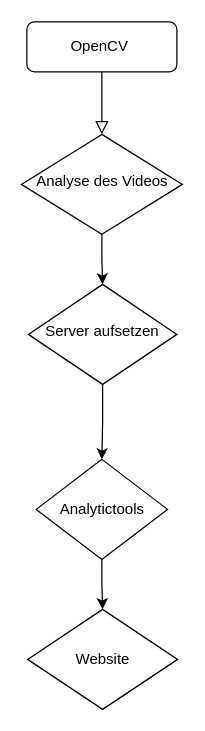
The draw.io diagram Untitled Diagram.drawio in Carcounter/Project_WeVa_JuEl_ScOl, before the edit. Source tidied: cells renumbered, new cells numbered last; positions are measured from the earlier drawing's top-left corner, leaving out a move shared by most shapes. Both pictures are drawn from the tidied source at 125%, with x=0, y=0 at pixel (21, 21).
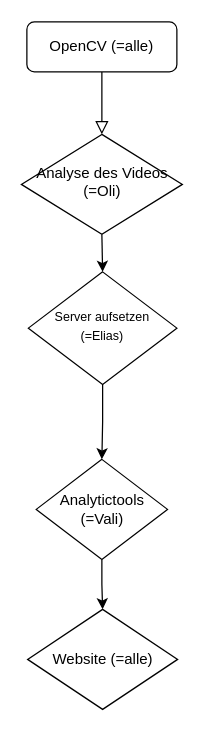
The same diagram, later.

The edit, as a diff of the source:
```diff
@@
 <mxGraphModel>
   <root>
     <mxCell id="0" />
     <mxCell id="1" parent="0" />
     <mxCell id="2" style="rounded=0;html=1;jettySize=auto;fontSize=11;endArrow=block;endFill=0;endSize=8;strokeWidth=1;shadow=0;labelBackgroundColor=none;edgeStyle=orthogonalEdgeStyle;" parent="1" edge="1" source="3" target="5">
       <mxGeometry relative="1" as="geometry" />
     </mxCell>
-    <mxCell id="3" value="OpenCV&amp;nbsp;" style="rounded=1;whiteSpace=wrap;html=1;fontSize=12;glass=0;strokeWidth=1;shadow=0;" parent="1" vertex="1">
+    <mxCell id="3" value="OpenCV (=alle)" style="rounded=1;whiteSpace=wrap;html=1;fontSize=12;glass=0;strokeWidth=1;shadow=0;" parent="1" vertex="1">
       <mxGeometry x="4" width="120" height="40" as="geometry" />
     </mxCell>
     <mxCell id="4" style="edgeStyle=orthogonalEdgeStyle;rounded=0;jettySize=auto;html=1;exitX=0.5;exitY=1;exitDx=0;exitDy=0;entryX=0.5;entryY=0;entryDx=0;entryDy=0;" parent="1" edge="1" source="5" target="7">
       <mxGeometry relative="1" as="geometry" />
     </mxCell>
-    <mxCell id="5" value="Analyse des Videos" style="rhombus;whiteSpace=wrap;html=1;shadow=0;fontFamily=Helvetica;fontSize=12;align=center;strokeWidth=1;spacing=6;spacingTop=-4;" parent="1" vertex="1">
+    <mxCell id="5" value="Analyse des Videos (=Oli)" style="rhombus;whiteSpace=wrap;html=1;shadow=0;fontFamily=Helvetica;fontSize=12;align=center;strokeWidth=1;spacing=6;spacingTop=-4;" parent="1" vertex="1">
       <mxGeometry x="-0.4" y="90" width="128.8" height="80" as="geometry" />
     </mxCell>
     <mxCell id="6" style="edgeStyle=orthogonalEdgeStyle;rounded=0;jettySize=auto;html=1;entryX=0.5;entryY=0;entryDx=0;entryDy=0;" parent="1" edge="1" source="7">
       <mxGeometry relative="1" as="geometry">
         <mxPoint x="64" y="350" as="targetPoint" />
       </mxGeometry>
     </mxCell>
-    <mxCell id="7" value="Server aufsetzen" style="rhombus;whiteSpace=wrap;html=1;shadow=0;fontFamily=Helvetica;fontSize=12;align=center;strokeWidth=1;spacing=6;spacingTop=-4;" parent="1" vertex="1">
-      <mxGeometry x="5.2" y="210" width="118.8" height="80" as="geometry" />
+    <mxCell id="7" value="&lt;font style=&quot;font-size: 10px&quot;&gt;Server aufsetzen (=Elias)&lt;/font&gt;" style="rhombus;whiteSpace=wrap;html=1;shadow=0;fontFamily=Helvetica;fontSize=12;align=center;strokeWidth=1;spacing=6;spacingTop=-4;" parent="1" vertex="1">
+      <mxGeometry x="5.2" y="200" width="118.8" height="90" as="geometry" />
     </mxCell>
     <mxCell id="8" style="edgeStyle=orthogonalEdgeStyle;rounded=0;jettySize=auto;html=1;exitX=0.5;exitY=1;exitDx=0;exitDy=0;entryX=0.5;entryY=0;entryDx=0;entryDy=0;" parent="1" edge="1" source="9" target="10">
       <mxGeometry relative="1" as="geometry" />
     </mxCell>
-    <mxCell id="9" value="Analytictools" style="rhombus;whiteSpace=wrap;html=1;" parent="1" vertex="1">
+    <mxCell id="9" value="Analytictools (=Vali)" style="rhombus;whiteSpace=wrap;html=1;" parent="1" vertex="1">
       <mxGeometry x="11.5" y="350" width="105" height="80" as="geometry" />
     </mxCell>
-    <mxCell id="10" value="Website" style="rhombus;whiteSpace=wrap;html=1;" parent="1" vertex="1">
+    <mxCell id="10" value="Website (=alle)" style="rhombus;whiteSpace=wrap;html=1;" parent="1" vertex="1">
       <mxGeometry x="4.6" y="470" width="120" height="80" as="geometry" />
     </mxCell>
   </root>
 </mxGraphModel>
```
